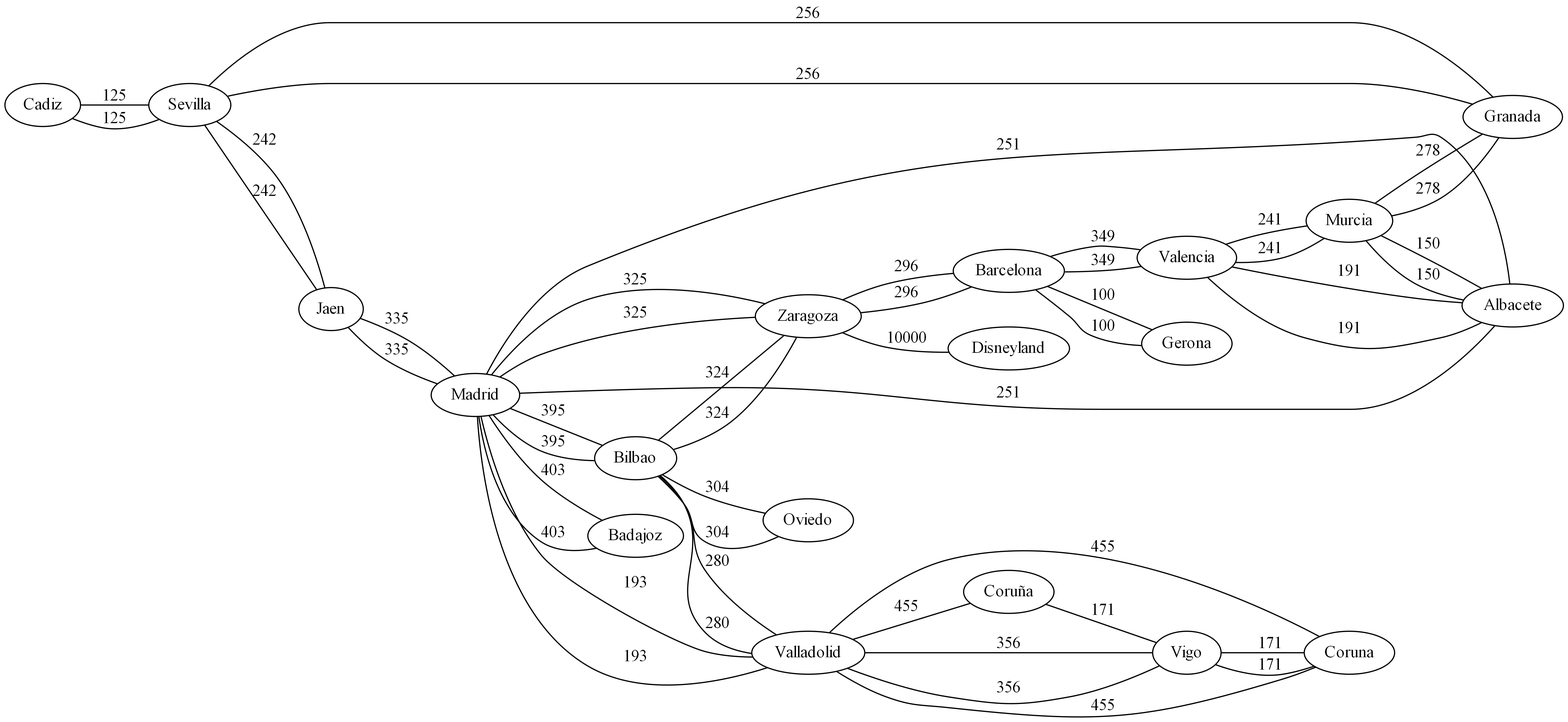
The Graphviz diagram [EDD]Proyecto2/Grafo.png in Pegre369/-EDD-Proyecto2_201701187_201706357, before a commit. Its source is kept beside it as [EDD]Proyecto2/Grafo.dot.
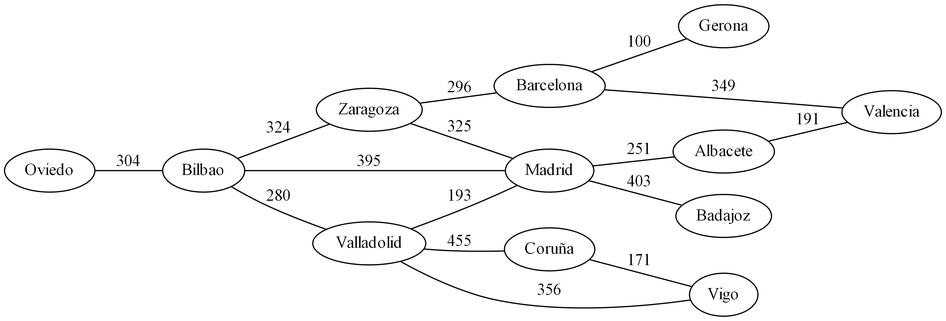
The same diagram one commit later.

The edit, as a diff of the source:
```diff
@@ -1,52 +1,20 @@
 digraph G {
 rankdir=LR
 graph [ dpi = 300 ];
-Cadiz->Sevilla[label =125,dir=none];
-Sevilla->Cadiz[label =125,dir=none];
-Sevilla->Granada[label =256,dir=none];
-Sevilla->Jaen[label =242,dir=none];
-Granada->Sevilla[label =256,dir=none];
-Granada->Murcia[label =278,dir=none];
-Jaen->Sevilla[label =242,dir=none];
-Jaen->Madrid[label =335,dir=none];
-Murcia->Granada[label =278,dir=none];
-Murcia->Valencia[label =241,dir=none];
-Murcia->Albacete[label =150,dir=none];
-Madrid->Jaen[label =335,dir=none];
-Madrid->Albacete[label =251,dir=none];
-Madrid->Zaragoza[label =325,dir=none];
-Madrid->Badajoz[label =403,dir=none];
-Madrid->Valladolid[label =193,dir=none];
-Madrid->Bilbao[label =395,dir=none];
-Valencia->Murcia[label =241,dir=none];
-Valencia->Albacete[label =191,dir=none];
-Valencia->Barcelona[label =349,dir=none];
-Albacete->Murcia[label =150,dir=none];
-Albacete->Valencia[label =191,dir=none];
-Albacete->Madrid[label =251,dir=none];
-Barcelona->Valencia[label =349,dir=none];
-Barcelona->Gerona[label =100,dir=none];
-Barcelona->Zaragoza[label =296,dir=none];
-Gerona->Barcelona[label =100,dir=none];
+Oviedo->Bilbao[label =304,dir=none];
+Bilbao->Zaragoza[label =324,dir=none];
+Bilbao->Madrid[label =395,dir=none];
+Bilbao->Valladolid[label =280,dir=none];
 Zaragoza->Barcelona[label =296,dir=none];
 Zaragoza->Madrid[label =325,dir=none];
-Zaragoza->Bilbao[label =324,dir=none];
-Badajoz->Madrid[label =403,dir=none];
+Madrid->Albacete[label =251,dir=none];
+Madrid->Badajoz[label =403,dir=none];
 Valladolid->Madrid[label =193,dir=none];
-Valladolid->Vigo[label =356,dir=none];
-Valladolid->Coruna[label =455,dir=none];
-Valladolid->Bilbao[label =280,dir=none];
 Valladolid->Coruña[label =455,dir=none];
+Barcelona->Gerona[label =100,dir=none];
+Barcelona->Valencia[label =349,dir=none];
+Albacete->Valencia[label =191,dir=none];
+Coruña->Vigo[label =171,dir=none];
 Vigo->Valladolid[label =356,dir=none];
-Vigo->Coruna[label =171,dir=none];
-Coruna->Valladolid[label =455,dir=none];
-Coruna->Vigo[label =171,dir=none];
-Bilbao->Valladolid[label =280,dir=none];
-Bilbao->Madrid[label =395,dir=none];
-Bilbao->Zaragoza[label =324,dir=none];
-Bilbao->Oviedo[label =304,dir=none];
-Oviedo->Bilbao[label =304,dir=none];
-Coruña->Vigo[label =171,dir=none];
- Zaragoza->Disneyland[label =10000,dir=none];
 
 }
```
